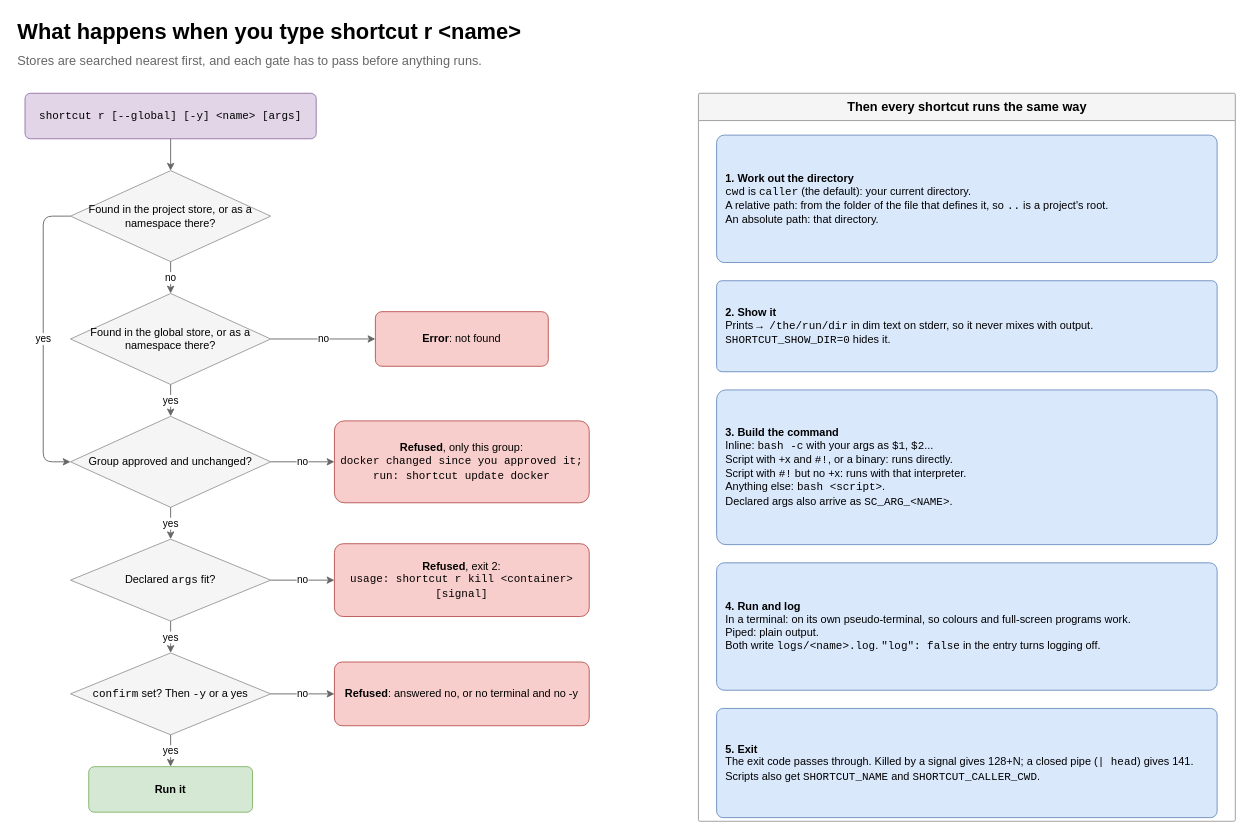
Before: page "2 How a name runs" (2 of 5) of docs/shortcut-overview.drawio in StanLukuvka/Shortcut, a draw.io diagram. Source tidied: cells renumbered, new cells numbered last; positions are measured from the earlier drawing's top-left corner, leaving out a move shared by most shapes. Both pictures are drawn from the tidied source at 91%, with x=0, y=0 at pixel (15, 15).
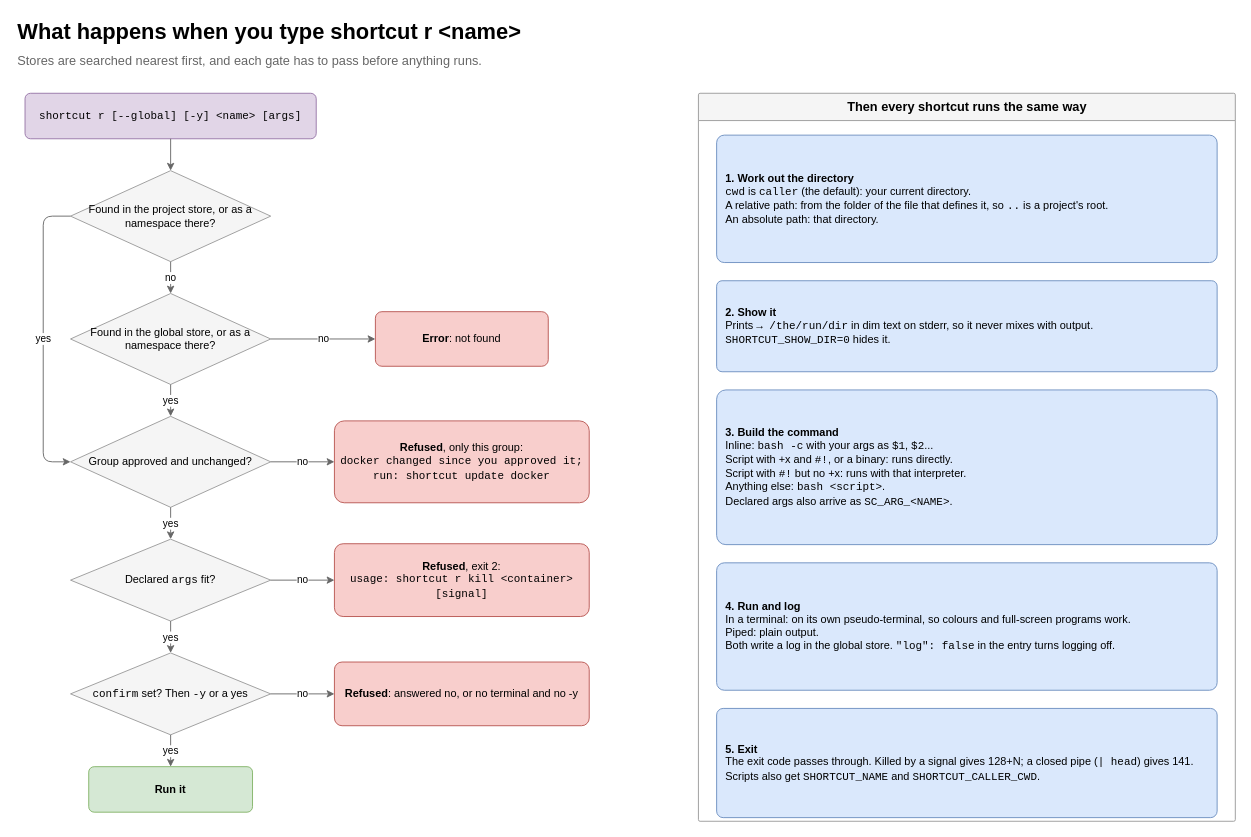
After the change.

Unchanged cells that the change refers to:
```xml
<mxCell id="26" value="&lt;b&gt;Then every shortcut runs the same way&lt;/b&gt;" style="swimlane;startSize=30;html=1;rounded=1;arcSize=2;fontSize=14;fillColor=#f5f5f5;strokeColor=#999999;swimlaneFillColor=none;" parent="1" vertex="1">
  <mxGeometry x="750" y="85" width="590" height="800" as="geometry" />
</mxCell>
```

The edit, as a diff of the source:
```diff
@@
-    <mxCell id="30" value="&lt;b&gt;4. Run and log&lt;/b&gt;&lt;br&gt;In a terminal: on its own pseudo-terminal, so colours and full-screen programs work.&lt;br&gt;Piped: plain output.&lt;br&gt;Both write &lt;font face=&quot;monospace&quot;&gt;logs/&amp;lt;name&amp;gt;.log&lt;/font&gt;. &lt;font face=&quot;monospace&quot;&gt;&amp;quot;log&amp;quot;: false&lt;/font&gt; in the entry turns logging off." style="rounded=1;whiteSpace=wrap;html=1;arcSize=6;fillColor=#dae8fc;strokeColor=#6c8ebf;fontSize=12;align=left;verticalAlign=middle;spacing=10;" parent="26" vertex="1">
+    <mxCell id="30" value="&lt;b&gt;4. Run and log&lt;/b&gt;&lt;br&gt;In a terminal: on its own pseudo-terminal, so colours and full-screen programs work.&lt;br&gt;Piped: plain output.&lt;br&gt;Both write a log in the global store. &lt;font face=&quot;monospace&quot;&gt;&amp;quot;log&amp;quot;: false&lt;/font&gt; in the entry turns logging off." style="rounded=1;whiteSpace=wrap;html=1;arcSize=6;fillColor=#dae8fc;strokeColor=#6c8ebf;fontSize=12;align=left;verticalAlign=middle;spacing=10;" parent="26" vertex="1">
       <mxGeometry x="20" y="516" width="550" height="140" as="geometry" />
     </mxCell>
```
